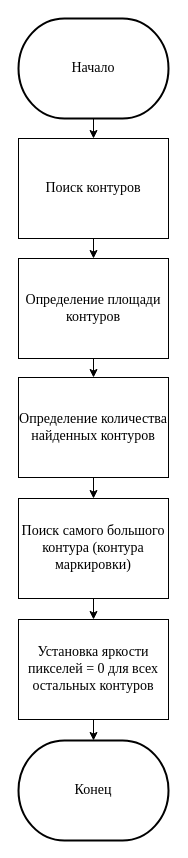
KanVull/Recognistion keeps this draw.io diagram as page "А3 Удаление шума" (3 of 7) of Flowcharts/Алгоритмы работы ИС.drawio. Above is the earlier version. Source tidied: cells renumbered, new cells numbered last; positions are measured from the earlier drawing's top-left corner, leaving out a move shared by most shapes. Both pictures are drawn from the tidied source at 100%, with x=0, y=0 at pixel (18, 18).
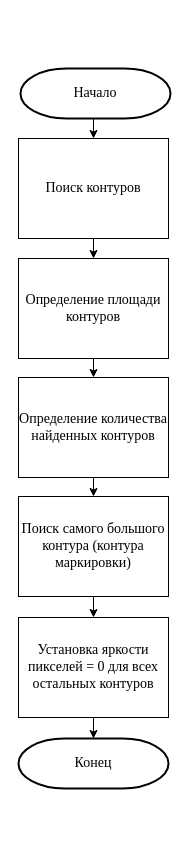
The same diagram, later.

Diff of the diagram source:
```diff
@@
 <mxGraphModel>
   <root>
     <mxCell id="0" />
     <mxCell id="1" parent="0" />
     <mxCell id="2" style="edgeStyle=orthogonalEdgeStyle;rounded=0;jettySize=auto;html=1;exitX=0.5;exitY=1;exitDx=0;exitDy=0;exitPerimeter=0;entryX=0.5;entryY=0;entryDx=0;entryDy=0;" parent="1" edge="1" source="3" target="5">
       <mxGeometry relative="1" as="geometry" />
     </mxCell>
     <mxCell id="3" value="&lt;font face=&quot;Times New Roman&quot; style=&quot;font-size: 14px&quot;&gt;Начало&lt;/font&gt;" style="strokeWidth=2;html=1;shape=mxgraph.flowchart.terminator;whiteSpace=wrap;" parent="1" vertex="1">
-      <mxGeometry width="150" height="100" as="geometry" />
+      <mxGeometry x="2" y="50" width="150" height="50" as="geometry" />
     </mxCell>
     <mxCell id="4" style="edgeStyle=none;rounded=0;jettySize=auto;html=1;exitX=0.5;exitY=1;exitDx=0;exitDy=0;entryX=0.5;entryY=0;entryDx=0;entryDy=0;" parent="1" edge="1" source="5" target="7">
       <mxGeometry relative="1" as="geometry" />
     </mxCell>
     <mxCell id="5" value="&lt;font style=&quot;font-size: 14px&quot; face=&quot;Times New Roman&quot;&gt;Поиск контуров&lt;/font&gt;" style="rounded=0;whiteSpace=wrap;html=1;" parent="1" vertex="1">
       <mxGeometry y="120" width="150" height="100" as="geometry" />
     </mxCell>
     <mxCell id="6" style="edgeStyle=none;rounded=0;jettySize=auto;html=1;exitX=0.5;exitY=1;exitDx=0;exitDy=0;entryX=0.5;entryY=0;entryDx=0;entryDy=0;" parent="1" edge="1" source="7" target="9">
       <mxGeometry relative="1" as="geometry" />
     </mxCell>
     <mxCell id="7" value="&lt;font face=&quot;Times New Roman&quot;&gt;&lt;span style=&quot;font-size: 14px&quot;&gt;Определение площади контуров&lt;/span&gt;&lt;/font&gt;" style="rounded=0;whiteSpace=wrap;html=1;" parent="1" vertex="1">
       <mxGeometry y="240" width="150" height="100" as="geometry" />
     </mxCell>
-    <mxCell id="8" style="edgeStyle=none;rounded=0;jettySize=auto;html=1;exitX=0.5;exitY=1;exitDx=0;exitDy=0;entryX=0.5;entryY=0;entryDx=0;entryDy=0;" parent="1" edge="1" source="9" target="11">
+    <mxCell id="8" style="edgeStyle=orthogonalEdgeStyle;rounded=0;jettySize=auto;html=1;exitX=0.5;exitY=1;exitDx=0;exitDy=0;entryX=0.5;entryY=0;entryDx=0;entryDy=0;fontColor=#000000;" parent="1" edge="1" source="9" target="11">
       <mxGeometry relative="1" as="geometry" />
     </mxCell>
     <mxCell id="9" value="&lt;font face=&quot;Times New Roman&quot;&gt;&lt;span style=&quot;font-size: 14px&quot;&gt;Определение количества найденных контуров&lt;/span&gt;&lt;/font&gt;" style="rounded=0;whiteSpace=wrap;html=1;" parent="1" vertex="1">
       <mxGeometry y="359" width="150" height="100" as="geometry" />
     </mxCell>
     <mxCell id="10" style="edgeStyle=none;rounded=0;jettySize=auto;html=1;exitX=0.5;exitY=1;exitDx=0;exitDy=0;" parent="1" edge="1" source="11" target="13">
       <mxGeometry relative="1" as="geometry" />
     </mxCell>
     <mxCell id="11" value="&lt;font face=&quot;Times New Roman&quot;&gt;&lt;span style=&quot;font-size: 14px&quot;&gt;Поиск самого большого контура (контура маркировки)&lt;/span&gt;&lt;/font&gt;" style="rounded=0;whiteSpace=wrap;html=1;" parent="1" vertex="1">
-      <mxGeometry y="480" width="150" height="100" as="geometry" />
+      <mxGeometry y="478" width="150" height="100" as="geometry" />
     </mxCell>
     <mxCell id="12" style="edgeStyle=none;rounded=0;jettySize=auto;html=1;exitX=0.5;exitY=1;exitDx=0;exitDy=0;entryX=0.5;entryY=0;entryDx=0;entryDy=0;entryPerimeter=0;" parent="1" edge="1" source="13" target="14">
       <mxGeometry relative="1" as="geometry" />
     </mxCell>
     <mxCell id="13" value="&lt;font face=&quot;Times New Roman&quot;&gt;&lt;span style=&quot;font-size: 14px&quot;&gt;Установка яркости пикселей = 0 для всех остальных контуров&lt;/span&gt;&lt;/font&gt;" style="rounded=0;whiteSpace=wrap;html=1;" parent="1" vertex="1">
-      <mxGeometry y="601" width="150" height="100" as="geometry" />
+      <mxGeometry y="599" width="150" height="100" as="geometry" />
     </mxCell>
     <mxCell id="14" value="&lt;font face=&quot;Times New Roman&quot; style=&quot;font-size: 14px&quot;&gt;Конец&lt;/font&gt;" style="strokeWidth=2;html=1;shape=mxgraph.flowchart.terminator;whiteSpace=wrap;" parent="1" vertex="1">
-      <mxGeometry y="722" width="150" height="100" as="geometry" />
+      <mxGeometry y="720" width="150" height="50" as="geometry" />
     </mxCell>
   </root>
 </mxGraphModel>
```
